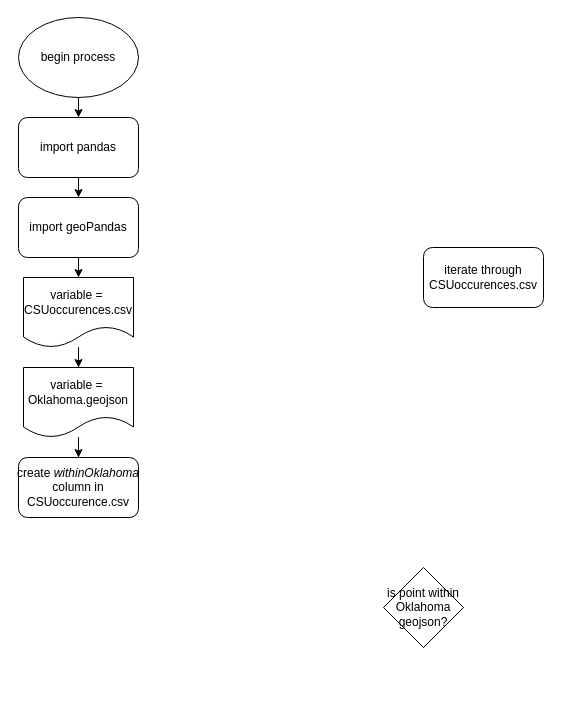
The draw.io diagram wrightCapstoneFlowchart.drawio in Mwright710788/CapstoneFiles, before the edit. Source tidied: cells renumbered, new cells numbered last; positions are measured from the earlier drawing's top-left corner, leaving out a move shared by most shapes. Both pictures are drawn from the tidied source at 100%, with x=0, y=0 at pixel (18, 17).
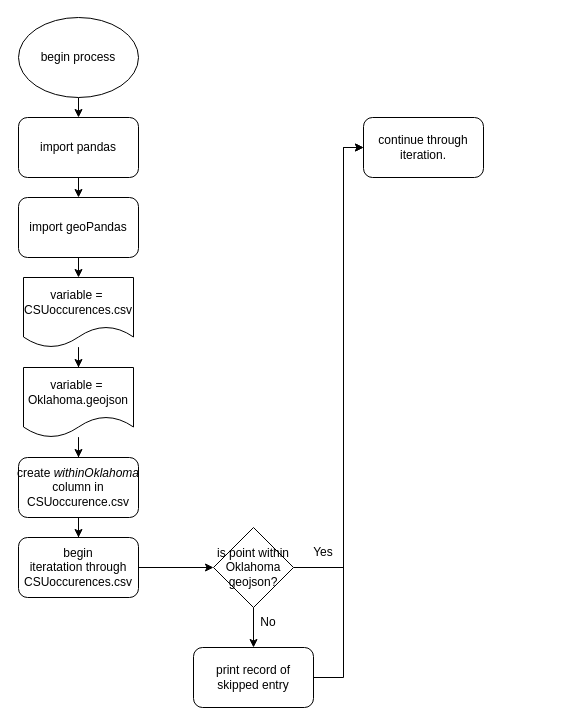
The same page after the edit.

Unchanged cells that the change refers to:
```xml
<mxCell id="14" value="create&amp;nbsp;&lt;i&gt;withinOklahoma&lt;/i&gt;&lt;div&gt;column in CSUoccurence.csv&lt;/div&gt;" style="rounded=1;whiteSpace=wrap;html=1;" parent="1" vertex="1">
  <mxGeometry y="440" width="120" height="60" as="geometry" />
</mxCell>
```

The edit, as a diff of the source:
```diff
@@
+    <mxCell id="15" style="edgeStyle=orthogonalEdgeStyle;rounded=0;jettySize=auto;html=1;exitX=1;exitY=0.5;exitDx=0;exitDy=0;entryX=0;entryY=0.5;entryDx=0;entryDy=0;" parent="1" edge="1" source="12" target="13">
+      <mxGeometry relative="1" as="geometry" />
+    </mxCell>
-    <mxCell id="12" value="iterate through&lt;div&gt;CSUoccurences.csv&lt;/div&gt;" style="rounded=1;whiteSpace=wrap;html=1;" parent="1" vertex="1">
-      <mxGeometry x="405" y="230" width="120" height="60" as="geometry" />
+    <mxCell id="12" value="&lt;div&gt;begin&lt;/div&gt;iteratation through&lt;div&gt;CSUoccurences.csv&lt;/div&gt;" style="rounded=1;whiteSpace=wrap;html=1;" parent="1" vertex="1">
+      <mxGeometry y="520" width="120" height="60" as="geometry" />
     </mxCell>
+    <mxCell id="16" style="edgeStyle=orthogonalEdgeStyle;rounded=0;jettySize=auto;html=1;exitX=1;exitY=0.5;exitDx=0;exitDy=0;entryX=0;entryY=0.5;entryDx=0;entryDy=0;" parent="1" edge="1" source="13" target="22">
+      <mxGeometry relative="1" as="geometry">
+        <Array as="points">
+          <mxPoint x="325" y="550" />
+          <mxPoint x="325" y="130" />
+        </Array>
+      </mxGeometry>
+    </mxCell>
     <mxCell id="13" value="is point within&lt;div&gt;Oklahoma&lt;/div&gt;&lt;div&gt;geojson?&lt;/div&gt;" style="rhombus;whiteSpace=wrap;html=1;" parent="1" vertex="1">
-      <mxGeometry x="365" y="550" width="80" height="80" as="geometry" />
+      <mxGeometry x="195" y="510" width="80" height="80" as="geometry" />
     </mxCell>
+    <mxCell id="17" style="edgeStyle=orthogonalEdgeStyle;rounded=0;jettySize=auto;html=1;entryX=0.5;entryY=0;entryDx=0;entryDy=0;" parent="1" edge="1" source="14" target="12">
+      <mxGeometry relative="1" as="geometry" />
+    </mxCell>
@@
+    <mxCell id="18" style="edgeStyle=orthogonalEdgeStyle;rounded=0;jettySize=auto;html=1;entryX=0;entryY=0.5;entryDx=0;entryDy=0;" parent="1" edge="1" source="19" target="22">
+      <mxGeometry relative="1" as="geometry">
+        <Array as="points">
+          <mxPoint x="325" y="660" />
+          <mxPoint x="325" y="130" />
+        </Array>
+      </mxGeometry>
+    </mxCell>
+    <mxCell id="19" value="print record of skipped entry" style="rounded=1;whiteSpace=wrap;html=1;" parent="1" vertex="1">
+      <mxGeometry x="175" y="630" width="120" height="60" as="geometry" />
+    </mxCell>
+    <mxCell id="20" style="edgeStyle=orthogonalEdgeStyle;rounded=0;jettySize=auto;html=1;exitX=0.5;exitY=1;exitDx=0;exitDy=0;entryX=0.5;entryY=0;entryDx=0;entryDy=0;" parent="1" edge="1" source="13" target="19">
+      <mxGeometry relative="1" as="geometry" />
+    </mxCell>
+    <mxCell id="21" value="No" style="text;html=1;whiteSpace=wrap;strokeColor=none;fillColor=none;align=center;verticalAlign=middle;rounded=0;" parent="1" vertex="1">
+      <mxGeometry x="220" y="590" width="60" height="30" as="geometry" />
+    </mxCell>
+    <mxCell id="22" value="continue through&lt;div&gt;iteration.&lt;/div&gt;" style="rounded=1;whiteSpace=wrap;html=1;" parent="1" vertex="1">
+      <mxGeometry x="345" y="100" width="120" height="60" as="geometry" />
+    </mxCell>
+    <mxCell id="23" value="Yes" style="text;html=1;whiteSpace=wrap;strokeColor=none;fillColor=none;align=center;verticalAlign=middle;rounded=0;" parent="1" vertex="1">
+      <mxGeometry x="275" y="520" width="60" height="30" as="geometry" />
+    </mxCell>
```
